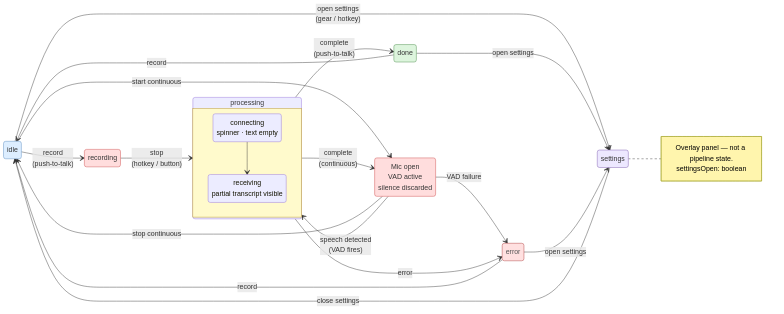
Earlier version of the Mermaid export docs/v2/presentation/images/state-machine.png (JohnYanez95/voice-scribe). Its source is kept beside it as docs/diagrams/state-machine.mmd.
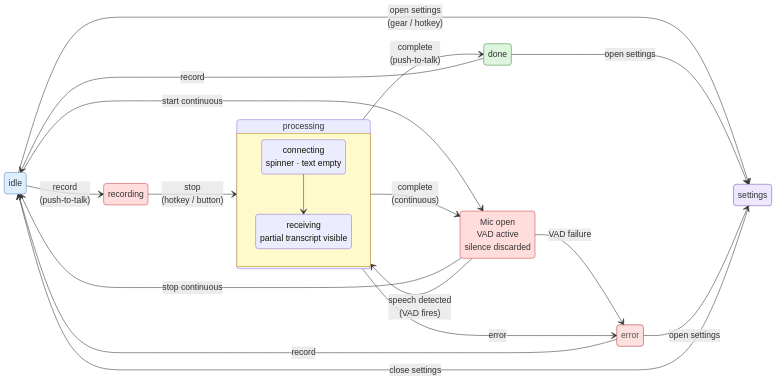
Above is the later version.

Commit message:
State machine: remove embedded note, add color key caption

What changed in the source:
```diff
@@ -37,11 +37,6 @@
     error --> settings : open settings
     settings --> idle : close settings
 
-    note right of settings
-        Overlay panel — not a pipeline state.
-        settingsOpen: boolean
-    end note
-
     class idle idleClass
     class recording activeClass
     class listening activeClass
```
